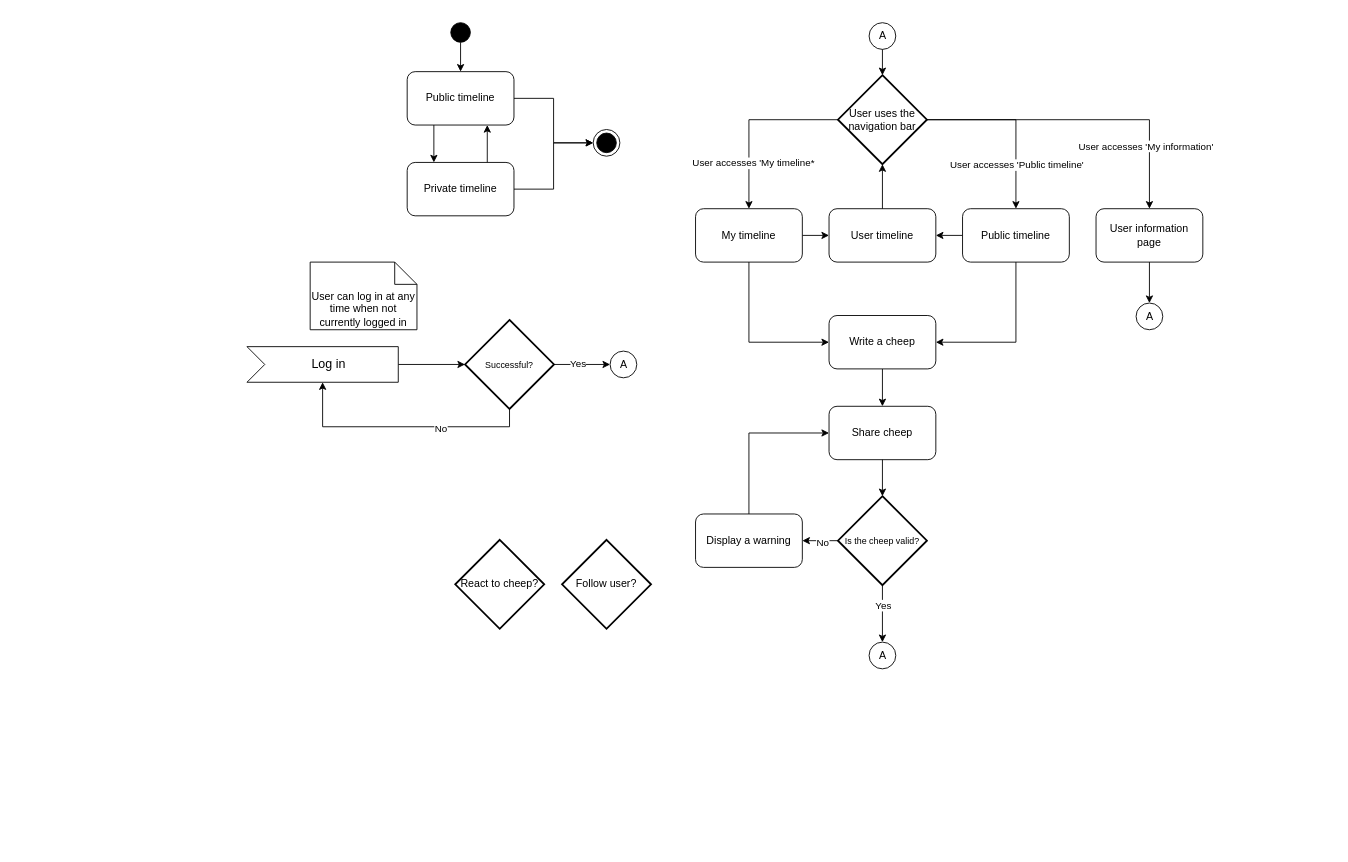
Above: docs/diagrams/UserActivity.drawio in ITU-BDSA23-GROUP21/Chirp (draw.io), before the change. Source tidied: cells renumbered, new cells numbered last; positions are measured from the earlier drawing's top-left corner, leaving out a move shared by most shapes. Both pictures are drawn from the tidied source at 89%, with x=0, y=0 at pixel (247, 22).
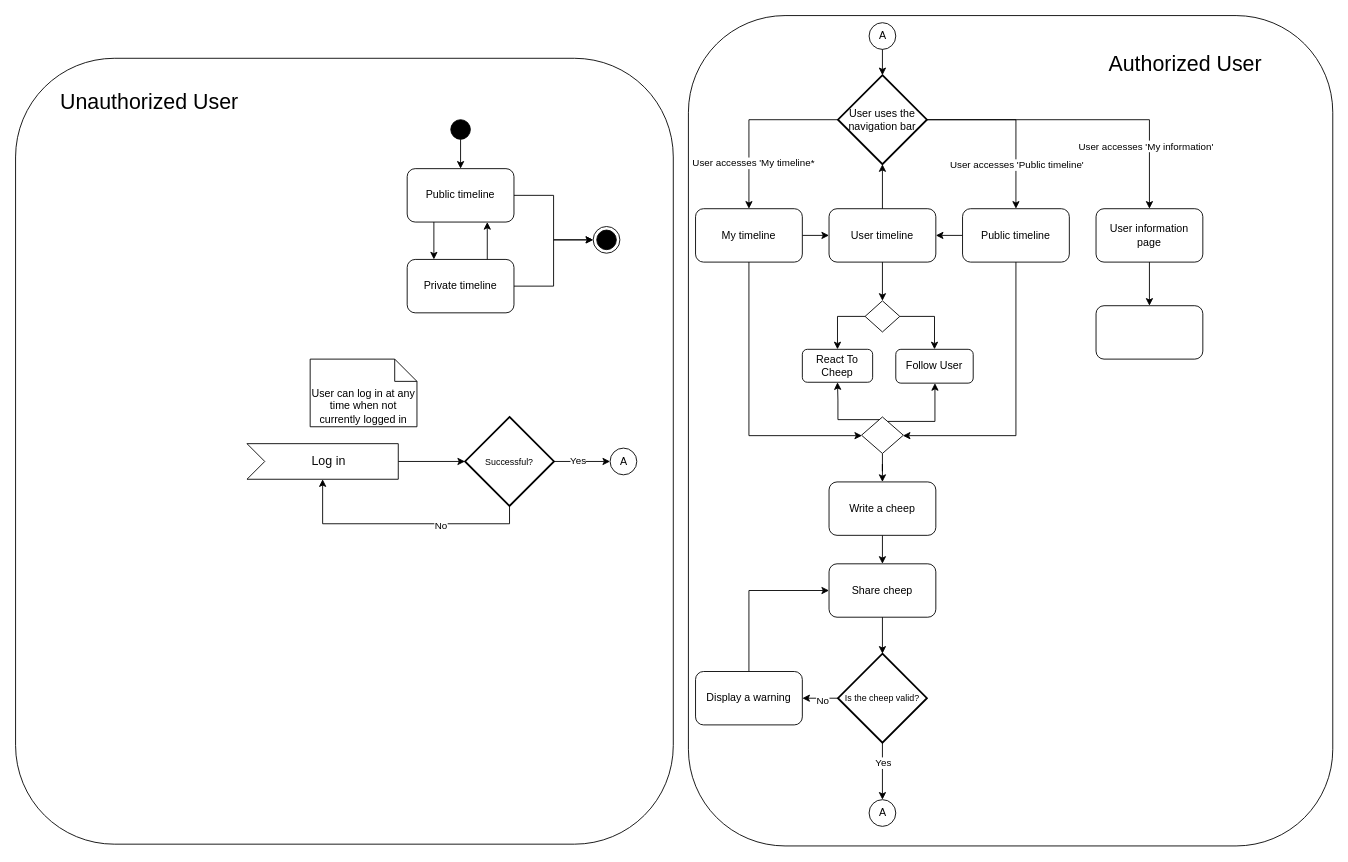
The same diagram, later.

Commit message (it also covers changes not shown here):
update activity diagram

The change refers to these unchanged cells:
```xml
<mxCell id="20" value="User timeline" style="rounded=1;whiteSpace=wrap;html=1;" parent="1" vertex="1">
  <mxGeometry x="654" y="209" width="120" height="60" as="geometry" />
</mxCell>
<mxCell id="23" value="My timeline" style="rounded=1;whiteSpace=wrap;html=1;" parent="1" vertex="1">
  <mxGeometry x="504" y="209" width="120" height="60" as="geometry" />
</mxCell>
<mxCell id="38" value="User information page" style="rounded=1;whiteSpace=wrap;html=1;" parent="1" vertex="1">
  <mxGeometry x="954" y="209" width="120" height="60" as="geometry" />
</mxCell>
<mxCell id="50" value="Public timeline" style="rounded=1;whiteSpace=wrap;html=1;" parent="1" vertex="1">
  <mxGeometry x="804" y="209" width="120" height="60" as="geometry" />
</mxCell>
```

The edit, as a diff of the source:
```diff
@@
+    <mxCell id="54" style="rounded=1;whiteSpace=wrap;html=1;" parent="1" vertex="1">
+      <mxGeometry x="496" y="-8" width="724" height="933" as="geometry" />
+    </mxCell>
+    <mxCell id="55" style="rounded=1;whiteSpace=wrap;html=1;" parent="1" vertex="1">
+      <mxGeometry x="-260" y="40" width="739" height="883" as="geometry" />
+    </mxCell>
@@
     <mxCell id="3" style="ellipse;whiteSpace=wrap;html=1;fillColor=#000000;" parent="1" vertex="1">
-      <mxGeometry x="229" width="22" height="22" as="geometry" />
+      <mxGeometry x="229" y="109" width="22" height="22" as="geometry" />
     </mxCell>
@@
     <mxCell id="6" value="Public timeline" style="rounded=1;whiteSpace=wrap;html=1;" parent="1" vertex="1">
-      <mxGeometry x="180" y="55" width="120" height="60" as="geometry" />
+      <mxGeometry x="180" y="164" width="120" height="60" as="geometry" />
     </mxCell>
@@
     <mxCell id="9" value="Private timeline" style="rounded=1;whiteSpace=wrap;html=1;" parent="1" vertex="1">
-      <mxGeometry x="180" y="157" width="120" height="60" as="geometry" />
+      <mxGeometry x="180" y="266" width="120" height="60" as="geometry" />
     </mxCell>
-    <mxCell id="10" value="Log in" style="html=1;shape=mxgraph.infographic.ribbonSimple;notch1=20;notch2=0;align=center;verticalAlign=middle;fontSize=14;fontStyle=0;fillColor=#FFFFFF;flipH=0;spacingRight=0;spacingLeft=14;whiteSpace=wrap;" parent="1" vertex="1">
-      <mxGeometry y="364" width="170" height="40" as="geometry" />
+    <mxCell id="10" value="&lt;font color=&quot;#0a0a0a&quot;&gt;Log in&lt;/font&gt;" style="html=1;shape=mxgraph.infographic.ribbonSimple;notch1=20;notch2=0;align=center;verticalAlign=middle;fontSize=14;fontStyle=0;fillColor=#FFFFFF;flipH=0;spacingRight=0;spacingLeft=14;whiteSpace=wrap;" parent="1" vertex="1">
+      <mxGeometry y="473" width="170" height="40" as="geometry" />
     </mxCell>
     <mxCell id="11" value="User can log in at any time when not currently logged in" style="shape=note2;boundedLbl=1;whiteSpace=wrap;html=1;size=25;verticalAlign=top;align=center;" parent="1" vertex="1">
-      <mxGeometry x="71" y="269" width="120" height="76" as="geometry" />
+      <mxGeometry x="71" y="378" width="120" height="76" as="geometry" />
     </mxCell>
     <mxCell id="12" value="A" style="ellipse;html=1;" parent="1" vertex="1">
-      <mxGeometry x="408" y="369" width="30" height="30" as="geometry" />
+      <mxGeometry x="408" y="478" width="30" height="30" as="geometry" />
     </mxCell>
@@
     <mxCell id="15" value="&lt;font style=&quot;font-size: 10px;&quot;&gt;Successful?&lt;/font&gt;" style="strokeWidth=2;html=1;shape=mxgraph.flowchart.decision;whiteSpace=wrap;" parent="1" vertex="1">
-      <mxGeometry x="245" y="334" width="100" height="100" as="geometry" />
+      <mxGeometry x="245" y="443" width="100" height="100" as="geometry" />
     </mxCell>
@@
-    <mxCell id="22" style="edgeStyle=orthogonalEdgeStyle;rounded=0;jettySize=auto;html=1;exitX=0.5;exitY=1;exitDx=0;exitDy=0;entryX=0;entryY=0.5;entryDx=0;entryDy=0;" parent="1" edge="1" source="23" target="25">
-      <mxGeometry relative="1" as="geometry" />
+    <mxCell id="22" style="edgeStyle=orthogonalEdgeStyle;rounded=0;jettySize=auto;html=1;exitX=0.5;exitY=1;exitDx=0;exitDy=0;" parent="1" edge="1" source="23" target="59">
+      <mxGeometry relative="1" as="geometry">
+        <Array as="points">
+          <mxPoint x="564" y="464" />
+        </Array>
+      </mxGeometry>
     </mxCell>
@@
     <mxCell id="25" value="Write a cheep" style="rounded=1;whiteSpace=wrap;html=1;" parent="1" vertex="1">
-      <mxGeometry x="654" y="329" width="120" height="60" as="geometry" />
+      <mxGeometry x="654" y="516" width="120" height="60" as="geometry" />
     </mxCell>
     <mxCell id="26" value="Share cheep" style="rounded=1;whiteSpace=wrap;html=1;" parent="1" vertex="1">
-      <mxGeometry x="654" y="431" width="120" height="60" as="geometry" />
+      <mxGeometry x="654" y="608" width="120" height="60" as="geometry" />
     </mxCell>
@@
     <mxCell id="31" value="&lt;font style=&quot;font-size: 10px;&quot;&gt;Is the cheep valid?&lt;/font&gt;" style="strokeWidth=2;html=1;shape=mxgraph.flowchart.decision;whiteSpace=wrap;" parent="1" vertex="1">
-      <mxGeometry x="664" y="532" width="100" height="100" as="geometry" />
+      <mxGeometry x="664" y="709" width="100" height="100" as="geometry" />
     </mxCell>
@@
     <mxCell id="33" value="Display a warning" style="rounded=1;whiteSpace=wrap;html=1;" parent="1" vertex="1">
-      <mxGeometry x="504" y="552" width="120" height="60" as="geometry" />
+      <mxGeometry x="504" y="729" width="120" height="60" as="geometry" />
     </mxCell>
@@
     <mxCell id="35" style="ellipse;html=1;shape=endState;fillColor=strokeColor;" parent="1" vertex="1">
-      <mxGeometry x="389" y="120" width="30" height="30" as="geometry" />
+      <mxGeometry x="389" y="229" width="30" height="30" as="geometry" />
     </mxCell>
     <mxCell id="36" value="A" style="ellipse;html=1;" parent="1" vertex="1">
-      <mxGeometry x="699" y="696" width="30" height="30" as="geometry" />
+      <mxGeometry x="699" y="873" width="30" height="30" as="geometry" />
     </mxCell>
-    <mxCell id="37" style="edgeStyle=orthogonalEdgeStyle;rounded=0;jettySize=auto;html=1;exitX=0.5;exitY=1;exitDx=0;exitDy=0;entryX=0.5;entryY=0;entryDx=0;entryDy=0;" parent="1" edge="1" source="38" target="39">
+    <mxCell id="37" style="edgeStyle=orthogonalEdgeStyle;rounded=0;jettySize=auto;html=1;exitX=0.5;exitY=1;exitDx=0;exitDy=0;" parent="1" edge="1" source="38" target="68">
       <mxGeometry relative="1" as="geometry" />
     </mxCell>
@@
-    <mxCell id="39" value="A" style="ellipse;html=1;" parent="1" vertex="1">
-      <mxGeometry x="999" y="315" width="30" height="30" as="geometry" />
-    </mxCell>
@@
-    <mxCell id="49" style="edgeStyle=orthogonalEdgeStyle;rounded=0;jettySize=auto;html=1;exitX=0.5;exitY=1;exitDx=0;exitDy=0;entryX=1;entryY=0.5;entryDx=0;entryDy=0;" parent="1" edge="1" source="50" target="25">
-      <mxGeometry relative="1" as="geometry" />
+    <mxCell id="49" style="edgeStyle=orthogonalEdgeStyle;rounded=0;jettySize=auto;html=1;exitX=0.5;exitY=1;exitDx=0;exitDy=0;" parent="1" edge="1" source="50" target="59">
+      <mxGeometry relative="1" as="geometry">
+        <Array as="points">
+          <mxPoint x="864" y="464" />
+        </Array>
+      </mxGeometry>
     </mxCell>
@@
-    <mxCell id="52" value="React to cheep?" style="strokeWidth=2;html=1;shape=mxgraph.flowchart.decision;whiteSpace=wrap;" parent="1" vertex="1">
-      <mxGeometry x="234" y="581" width="100" height="100" as="geometry" />
-    </mxCell>
-    <mxCell id="53" value="Follow user?" style="strokeWidth=2;html=1;shape=mxgraph.flowchart.decision;whiteSpace=wrap;" parent="1" vertex="1">
-      <mxGeometry x="354" y="581" width="100" height="100" as="geometry" />
-    </mxCell>
+    <mxCell id="56" style="edgeStyle=orthogonalEdgeStyle;rounded=0;jettySize=auto;html=1;" parent="1" edge="1" source="59" target="25">
+      <mxGeometry relative="1" as="geometry" />
+    </mxCell>
+    <mxCell id="57" style="edgeStyle=orthogonalEdgeStyle;rounded=0;jettySize=auto;html=1;entryX=0.5;entryY=1;entryDx=0;entryDy=0;" parent="1" edge="1" source="59" target="60">
+      <mxGeometry relative="1" as="geometry">
+        <Array as="points">
+          <mxPoint x="664" y="446" />
+          <mxPoint x="664" y="424" />
+        </Array>
+      </mxGeometry>
+    </mxCell>
+    <mxCell id="58" style="edgeStyle=orthogonalEdgeStyle;rounded=0;jettySize=auto;html=1;" parent="1" edge="1" source="59" target="61">
+      <mxGeometry relative="1" as="geometry">
+        <Array as="points">
+          <mxPoint x="773" y="448" />
+        </Array>
+      </mxGeometry>
+    </mxCell>
+    <mxCell id="59" style="rhombus;whiteSpace=wrap;html=1;" parent="1" vertex="1">
+      <mxGeometry x="690.5" y="443" width="47" height="41" as="geometry" />
+    </mxCell>
+    <mxCell id="60" value="React To Cheep" style="rounded=1;whiteSpace=wrap;html=1;" parent="1" vertex="1">
+      <mxGeometry x="624" y="367" width="79" height="37" as="geometry" />
+    </mxCell>
+    <mxCell id="61" value="Follow User" style="rounded=1;whiteSpace=wrap;html=1;" parent="1" vertex="1">
+      <mxGeometry x="729" y="367" width="87" height="38" as="geometry" />
+    </mxCell>
+    <mxCell id="62" style="edgeStyle=orthogonalEdgeStyle;rounded=0;jettySize=auto;html=1;entryX=0.5;entryY=0;entryDx=0;entryDy=0;exitX=0;exitY=0.5;exitDx=0;exitDy=0;" parent="1" edge="1" source="64" target="60">
+      <mxGeometry relative="1" as="geometry">
+        <Array as="points">
+          <mxPoint x="664" y="330" />
+        </Array>
+      </mxGeometry>
+    </mxCell>
+    <mxCell id="63" style="edgeStyle=orthogonalEdgeStyle;rounded=0;jettySize=auto;html=1;entryX=0.5;entryY=0;entryDx=0;entryDy=0;" parent="1" edge="1" source="64" target="61">
+      <mxGeometry relative="1" as="geometry">
+        <Array as="points">
+          <mxPoint x="773" y="330" />
+        </Array>
+      </mxGeometry>
+    </mxCell>
+    <mxCell id="64" style="rhombus;whiteSpace=wrap;html=1;" parent="1" vertex="1">
+      <mxGeometry x="694.5" y="312.5" width="39" height="35" as="geometry" />
+    </mxCell>
+    <mxCell id="65" style="edgeStyle=orthogonalEdgeStyle;rounded=0;jettySize=auto;html=1;entryX=0.5;entryY=0;entryDx=0;entryDy=0;" parent="1" edge="1" source="20" target="64">
+      <mxGeometry relative="1" as="geometry" />
+    </mxCell>
+    <mxCell id="66" value="&lt;font style=&quot;font-size: 24px;&quot;&gt;Unauthorized User&lt;/font&gt;" style="text;html=1;align=center;verticalAlign=middle;strokeColor=none;fillColor=none;" parent="1" vertex="1">
+      <mxGeometry x="-219" y="68" width="218" height="41" as="geometry" />
+    </mxCell>
+    <mxCell id="67" value="&lt;font style=&quot;font-size: 24px;&quot;&gt;Authorized User&lt;/font&gt;" style="text;html=1;align=center;verticalAlign=middle;strokeColor=none;fillColor=none;" parent="1" vertex="1">
+      <mxGeometry x="959" y="26" width="190" height="41" as="geometry" />
+    </mxCell>
+    <mxCell id="68" style="rounded=1;whiteSpace=wrap;html=1;" parent="1" vertex="1">
+      <mxGeometry x="954" y="318" width="120" height="60" as="geometry" />
+    </mxCell>
```
